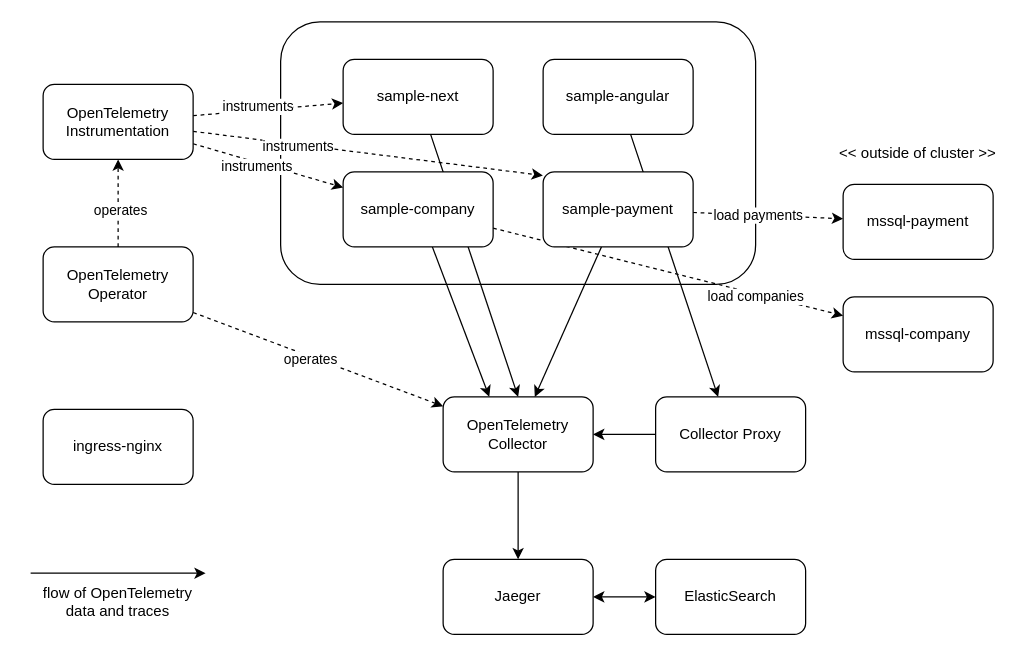
andreasgerner/distributed-tracing keeps this draw.io diagram as page "Architektur" (1 of 7) of assets/Bachelorarbeit.drawio. Above is the earlier version. Source tidied: cells renumbered, new cells numbered last; positions are measured from the earlier drawing's top-left corner, leaving out a move shared by most shapes. Both pictures are drawn from the tidied source at 125%, with x=0, y=0 at pixel (30, 21).
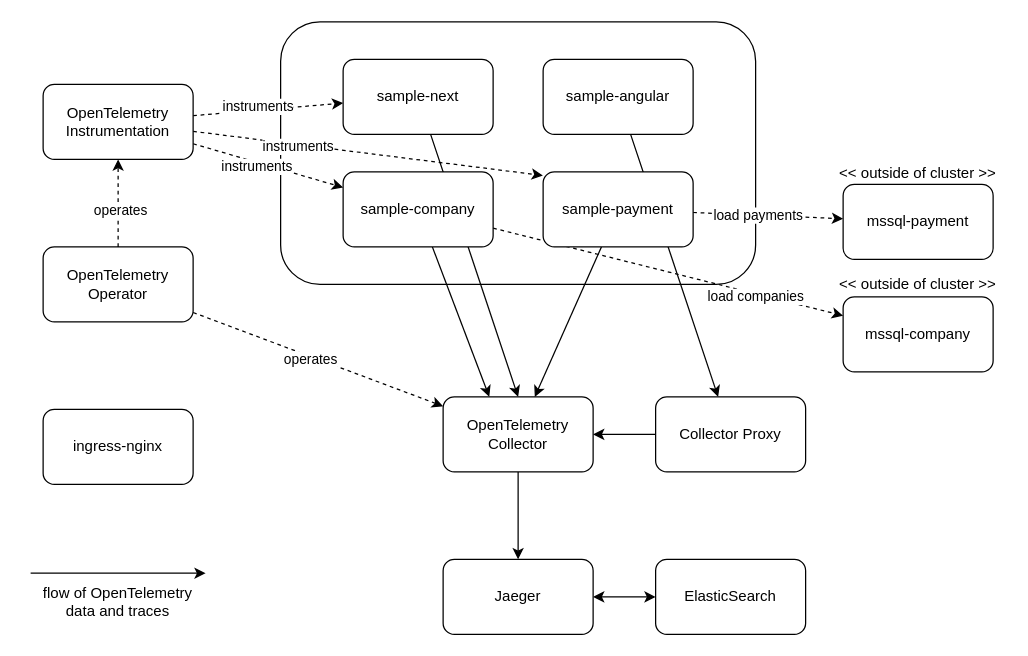
After the change.

What changed in the source:
```diff
@@
     <mxCell id="33" value="&amp;lt;&amp;lt; outside of cluster &amp;gt;&amp;gt;" style="text;html=1;align=center;verticalAlign=middle;whiteSpace=wrap;rounded=0;" parent="1" vertex="1">
-      <mxGeometry x="640" y="90" width="140" height="30" as="geometry" />
+      <mxGeometry x="640" y="106" width="140" height="30" as="geometry" />
     </mxCell>
@@
+    <mxCell id="40" value="&amp;lt;&amp;lt; outside of cluster &amp;gt;&amp;gt;" style="text;html=1;align=center;verticalAlign=middle;whiteSpace=wrap;rounded=0;" parent="1" vertex="1">
+      <mxGeometry x="640" y="195" width="140" height="30" as="geometry" />
+    </mxCell>
```
